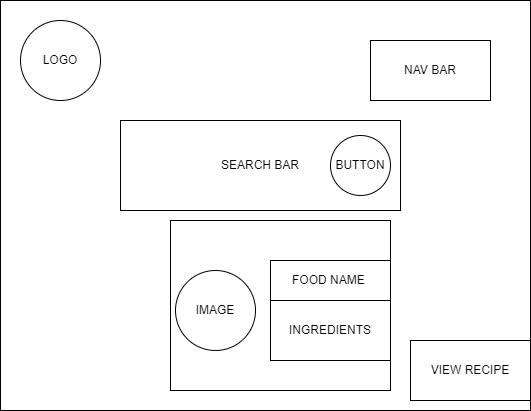
Before: Recipe finder low fidelity prototype.drawio.png, a diagram exported from draw.io (Mbenka22/alx_capstone_project). Source tidied: cells renumbered, new cells last; positions are measured from the earlier drawing's top-left corner, leaving out a move shared by most shapes. The source it was exported from:
```xml
<mxGraphModel>
  <root>
    <mxCell id="0" />
    <mxCell id="1" parent="0" />
    <mxCell id="2" style="rounded=0;whiteSpace=wrap;html=1;" parent="1" vertex="1">
      <mxGeometry width="530" height="410" as="geometry" />
    </mxCell>
    <mxCell id="3" value="LOGO" style="ellipse;whiteSpace=wrap;html=1;" parent="1" vertex="1">
      <mxGeometry x="20" y="20" width="80" height="80" as="geometry" />
    </mxCell>
    <mxCell id="4" value="NAV BAR" style="rounded=0;whiteSpace=wrap;html=1;" parent="1" vertex="1">
      <mxGeometry x="370" y="40" width="120" height="60" as="geometry" />
    </mxCell>
    <mxCell id="5" value="SEARCH BAR" style="rounded=0;whiteSpace=wrap;html=1;" parent="1" vertex="1">
      <mxGeometry x="120" y="120" width="280" height="90" as="geometry" />
    </mxCell>
    <mxCell id="6" value="BUTTON" style="ellipse;whiteSpace=wrap;html=1;" parent="1" vertex="1">
      <mxGeometry x="330" y="135" width="60" height="60" as="geometry" />
    </mxCell>
    <mxCell id="7" style="rounded=0;whiteSpace=wrap;html=1;" parent="1" vertex="1">
      <mxGeometry x="170" y="220" width="220" height="170" as="geometry" />
    </mxCell>
    <mxCell id="8" value="IMAGE" style="ellipse;whiteSpace=wrap;html=1;" parent="1" vertex="1">
      <mxGeometry x="175" y="270" width="80" height="80" as="geometry" />
    </mxCell>
    <mxCell id="9" value="FOOD NAME&amp;nbsp;" style="rounded=0;whiteSpace=wrap;html=1;" parent="1" vertex="1">
      <mxGeometry x="270" y="260" width="120" height="40" as="geometry" />
    </mxCell>
    <mxCell id="10" value="INGREDIENTS" style="rounded=0;whiteSpace=wrap;html=1;" parent="1" vertex="1">
      <mxGeometry x="270" y="300" width="120" height="60" as="geometry" />
    </mxCell>
    <mxCell id="11" value="VIEW RECIPE" style="rounded=0;whiteSpace=wrap;html=1;" parent="1" vertex="1">
      <mxGeometry x="410" y="340" width="120" height="60" as="geometry" />
    </mxCell>
  </root>
</mxGraphModel>
```
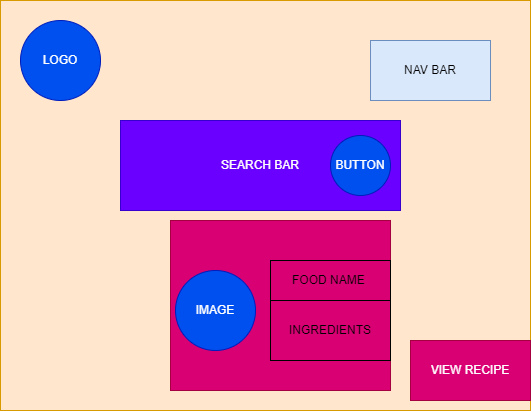
Later version of the same file.

What changed in the source:
```diff
@@ -2,34 +2,34 @@
   <root>
     <mxCell id="0" />
     <mxCell id="1" parent="0" />
-    <mxCell id="2" style="rounded=0;whiteSpace=wrap;html=1;" parent="1" vertex="1">
+    <mxCell id="2" style="rounded=0;whiteSpace=wrap;html=1;fillColor=#ffe6cc;strokeColor=#d79b00;" parent="1" vertex="1">
       <mxGeometry width="530" height="410" as="geometry" />
     </mxCell>
-    <mxCell id="3" value="LOGO" style="ellipse;whiteSpace=wrap;html=1;" parent="1" vertex="1">
+    <mxCell id="3" value="LOGO" style="ellipse;whiteSpace=wrap;html=1;fillColor=#0050ef;fontColor=#ffffff;strokeColor=#001DBC;" parent="1" vertex="1">
       <mxGeometry x="20" y="20" width="80" height="80" as="geometry" />
     </mxCell>
-    <mxCell id="4" value="NAV BAR" style="rounded=0;whiteSpace=wrap;html=1;" parent="1" vertex="1">
+    <mxCell id="4" value="NAV BAR" style="rounded=0;whiteSpace=wrap;html=1;fillColor=#dae8fc;strokeColor=#6c8ebf;" parent="1" vertex="1">
       <mxGeometry x="370" y="40" width="120" height="60" as="geometry" />
     </mxCell>
-    <mxCell id="5" value="SEARCH BAR" style="rounded=0;whiteSpace=wrap;html=1;" parent="1" vertex="1">
+    <mxCell id="5" value="SEARCH BAR" style="rounded=0;whiteSpace=wrap;html=1;fillColor=#6a00ff;fontColor=#ffffff;strokeColor=#3700CC;" parent="1" vertex="1">
       <mxGeometry x="120" y="120" width="280" height="90" as="geometry" />
     </mxCell>
-    <mxCell id="6" value="BUTTON" style="ellipse;whiteSpace=wrap;html=1;" parent="1" vertex="1">
+    <mxCell id="6" value="BUTTON" style="ellipse;whiteSpace=wrap;html=1;fillColor=#0050ef;fontColor=#ffffff;strokeColor=#001DBC;" parent="1" vertex="1">
       <mxGeometry x="330" y="135" width="60" height="60" as="geometry" />
     </mxCell>
-    <mxCell id="7" style="rounded=0;whiteSpace=wrap;html=1;" parent="1" vertex="1">
+    <mxCell id="7" style="rounded=0;whiteSpace=wrap;html=1;fillColor=#d80073;strokeColor=#A50040;fontColor=#ffffff;" parent="1" vertex="1">
       <mxGeometry x="170" y="220" width="220" height="170" as="geometry" />
     </mxCell>
-    <mxCell id="8" value="IMAGE" style="ellipse;whiteSpace=wrap;html=1;" parent="1" vertex="1">
+    <mxCell id="8" value="IMAGE" style="ellipse;whiteSpace=wrap;html=1;fillColor=#0050ef;fontColor=#ffffff;strokeColor=#001DBC;" parent="1" vertex="1">
       <mxGeometry x="175" y="270" width="80" height="80" as="geometry" />
     </mxCell>
-    <mxCell id="9" value="FOOD NAME&amp;nbsp;" style="rounded=0;whiteSpace=wrap;html=1;" parent="1" vertex="1">
+    <mxCell id="9" value="FOOD NAME&amp;nbsp;" style="rounded=0;whiteSpace=wrap;html=1;fillColor=none;" parent="1" vertex="1">
       <mxGeometry x="270" y="260" width="120" height="40" as="geometry" />
     </mxCell>
-    <mxCell id="10" value="INGREDIENTS" style="rounded=0;whiteSpace=wrap;html=1;" parent="1" vertex="1">
+    <mxCell id="10" value="INGREDIENTS" style="rounded=0;whiteSpace=wrap;html=1;fillColor=none;" parent="1" vertex="1">
       <mxGeometry x="270" y="300" width="120" height="60" as="geometry" />
     </mxCell>
-    <mxCell id="11" value="VIEW RECIPE" style="rounded=0;whiteSpace=wrap;html=1;" parent="1" vertex="1">
+    <mxCell id="11" value="VIEW RECIPE" style="rounded=0;whiteSpace=wrap;html=1;fillColor=#d80073;fontColor=#ffffff;strokeColor=#A50040;" parent="1" vertex="1">
       <mxGeometry x="410" y="340" width="120" height="60" as="geometry" />
     </mxCell>
   </root>
```
